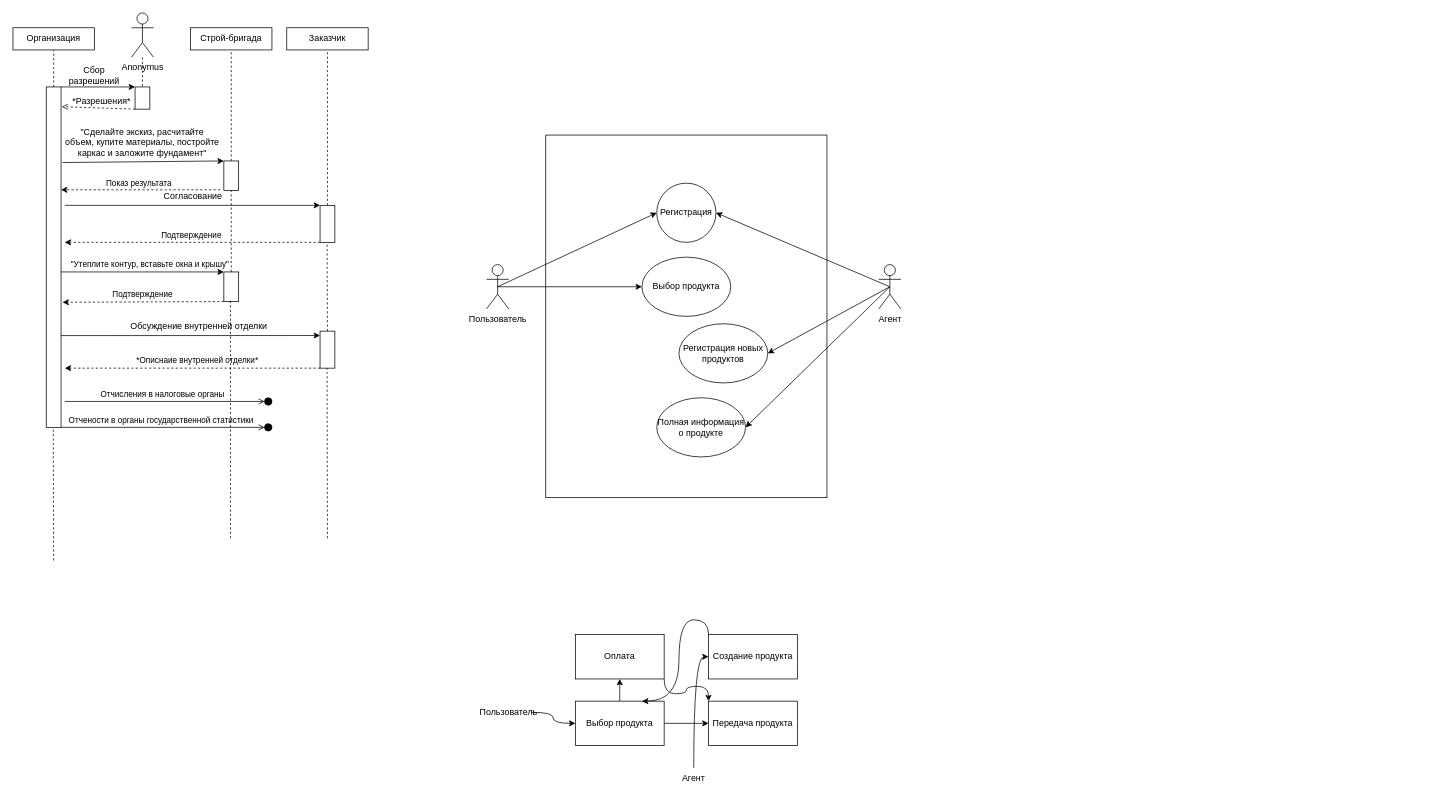
This is Диаграмма без названия.drawio from AbstractRedy/DBInteractionProgrammLab6, a draw.io file, before an edit. Source tidied: cells renumbered, new cells numbered last; positions are measured from the earlier drawing's top-left corner, leaving out a move shared by most shapes. Both pictures are drawn from the tidied source at 74%, with x=0, y=0 at pixel (13, 13).
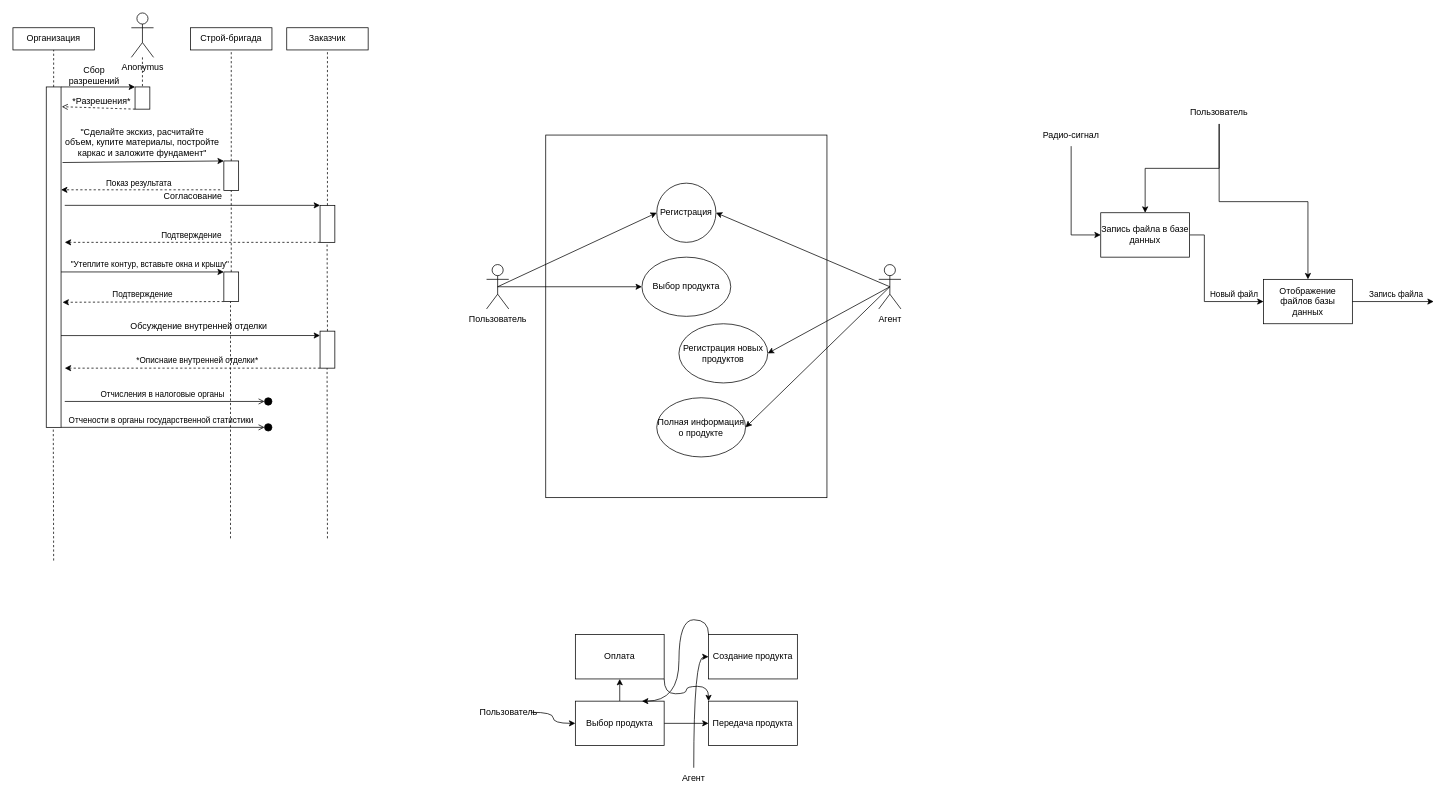
Above is the later version.

What changed in the source:
```diff
@@
+    <mxCell id="62" style="edgeStyle=orthogonalEdgeStyle;rounded=0;jettySize=auto;html=1;exitX=0.5;exitY=1;exitDx=0;exitDy=0;entryX=0.5;entryY=0;entryDx=0;entryDy=0;" parent="1" edge="1" source="64" target="69">
+      <mxGeometry relative="1" as="geometry" />
+    </mxCell>
+    <mxCell id="63" style="edgeStyle=orthogonalEdgeStyle;rounded=0;jettySize=auto;html=1;exitX=0.5;exitY=1;exitDx=0;exitDy=0;entryX=0.5;entryY=0;entryDx=0;entryDy=0;" parent="1" edge="1" source="64" target="67">
+      <mxGeometry relative="1" as="geometry" />
+    </mxCell>
+    <mxCell id="64" value="Пользователь" style="text;html=1;strokeColor=none;fillColor=none;align=center;verticalAlign=middle;whiteSpace=wrap;rounded=0;" parent="1" vertex="1">
+      <mxGeometry x="1600" y="120" width="60" height="30" as="geometry" />
+    </mxCell>
+    <mxCell id="65" style="edgeStyle=orthogonalEdgeStyle;rounded=0;jettySize=auto;html=1;exitX=0.5;exitY=1;exitDx=0;exitDy=0;entryX=0;entryY=0.5;entryDx=0;entryDy=0;" parent="1" edge="1" source="66" target="69">
+      <mxGeometry relative="1" as="geometry" />
+    </mxCell>
+    <mxCell id="66" value="Радио-сигнал" style="text;html=1;strokeColor=none;fillColor=none;align=center;verticalAlign=middle;whiteSpace=wrap;rounded=0;" parent="1" vertex="1">
+      <mxGeometry x="1380" y="150" width="100" height="30" as="geometry" />
+    </mxCell>
+    <mxCell id="67" value="Отображение файлов базы данных" style="rounded=0;whiteSpace=wrap;html=1;" parent="1" vertex="1">
+      <mxGeometry x="1690" y="360" width="120" height="60" as="geometry" />
+    </mxCell>
+    <mxCell id="68" value="Новый файл" style="edgeStyle=orthogonalEdgeStyle;rounded=0;jettySize=auto;html=1;exitX=1;exitY=0.5;exitDx=0;exitDy=0;entryX=0;entryY=0.5;entryDx=0;entryDy=0;labelBackgroundColor=none;" parent="1" edge="1" source="69" target="67">
+      <mxGeometry x="0.58" y="10" relative="1" as="geometry">
+        <Array as="points">
+          <mxPoint x="1610" y="300" />
+          <mxPoint x="1610" y="390" />
+        </Array>
+      </mxGeometry>
+    </mxCell>
+    <mxCell id="69" value="Запись файла в базе данных" style="rounded=0;whiteSpace=wrap;html=1;" parent="1" vertex="1">
+      <mxGeometry x="1470" y="270" width="120" height="60" as="geometry" />
+    </mxCell>
+    <mxCell id="70" value="Запись файла" style="endArrow=classic;html=1;rounded=0;exitX=1;exitY=0.5;exitDx=0;exitDy=0;labelBackgroundColor=none;" parent="1" edge="1" source="67">
+      <mxGeometry x="0.08" y="10" relative="1" as="geometry">
+        <mxPoint x="1920" y="390" as="targetPoint" />
+      </mxGeometry>
+    </mxCell>
```
